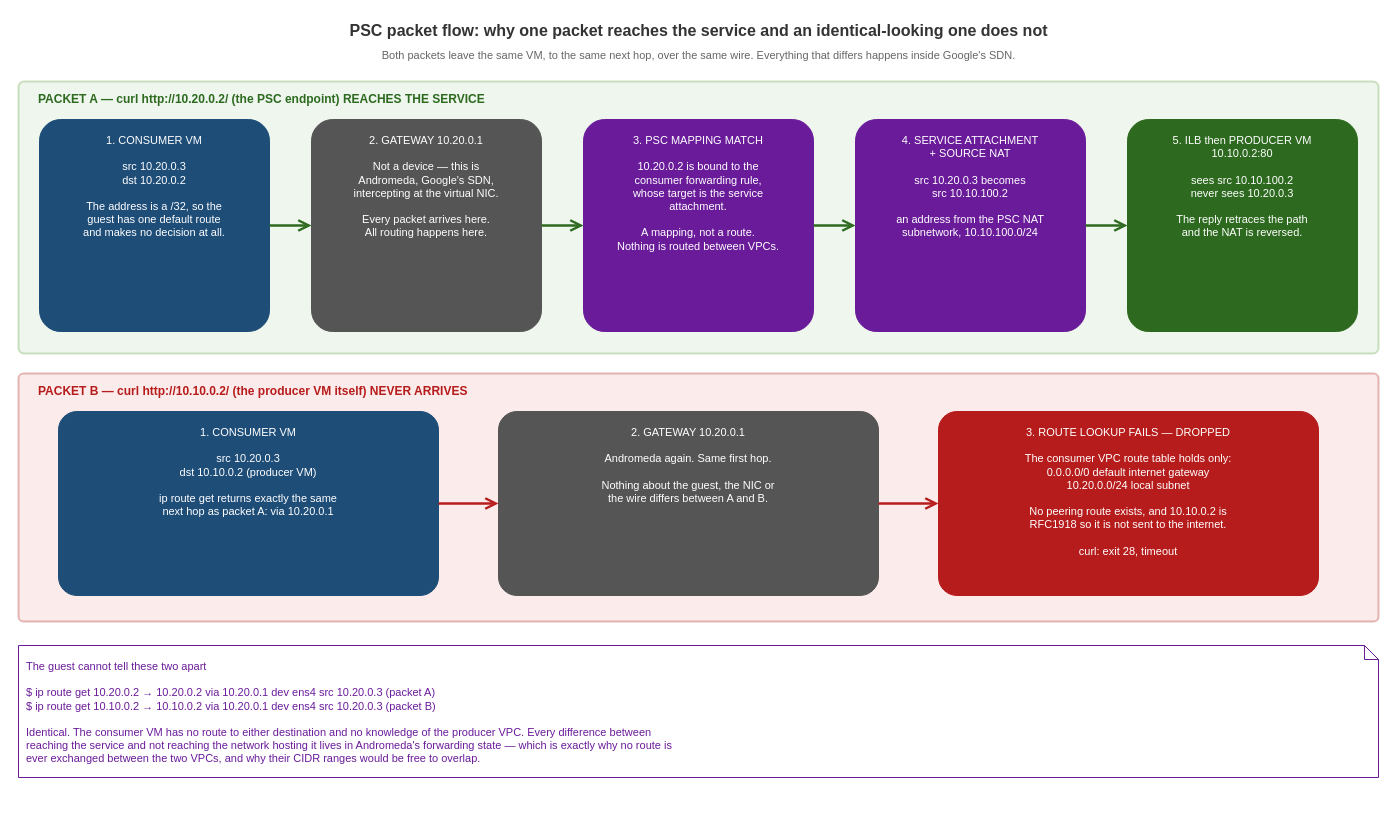
edoatley/tf-public-cloud keeps this draw.io diagram as docs/diagrams/private-service-connect-packet-flow.drawio. Above is the earlier version. Source tidied: cells renumbered, new cells numbered last; positions are measured from the earlier drawing's top-left corner, leaving out a move shared by most shapes. Both pictures are drawn from the tidied source at 100%, with x=0, y=0 at pixel (18, 17).
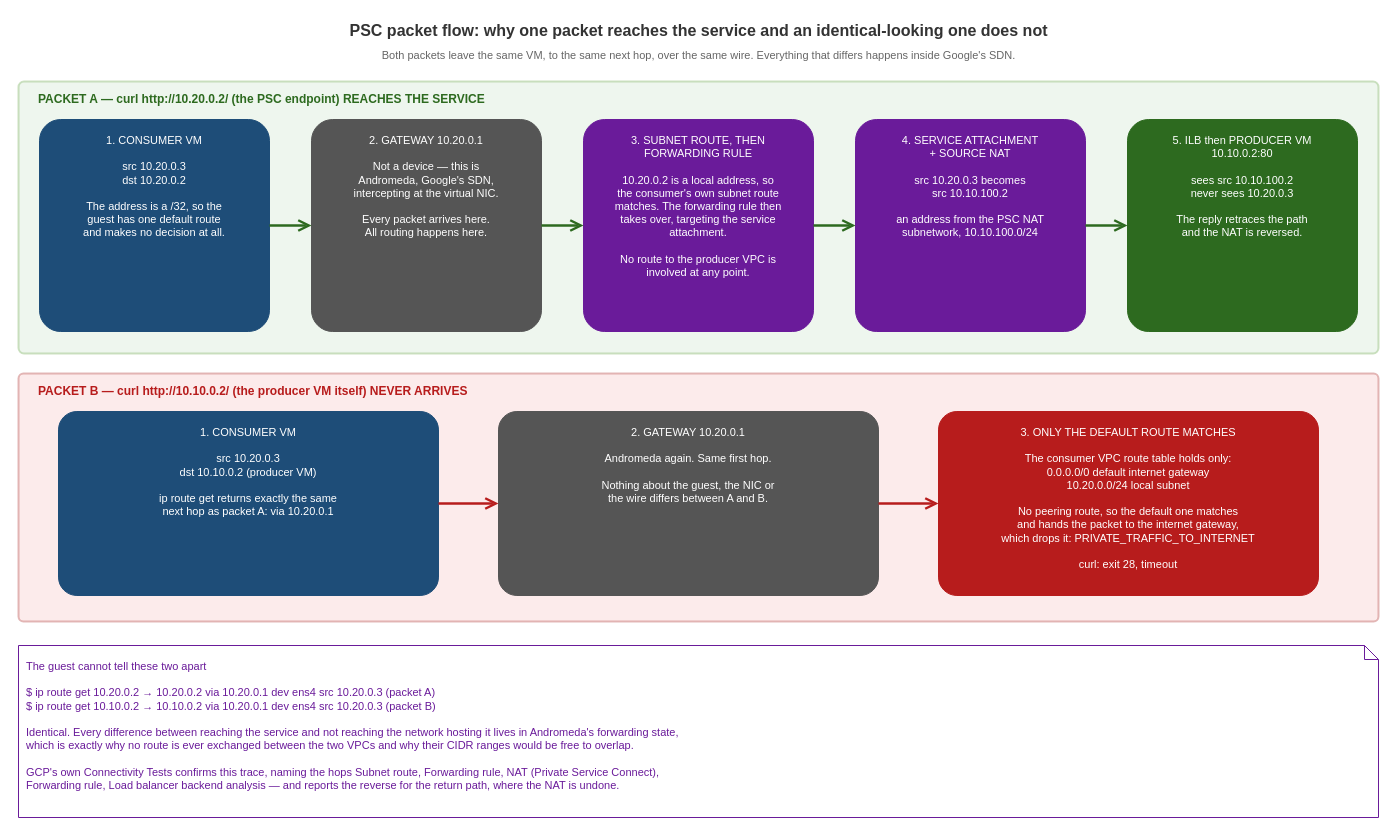
After the change.

Commit message (it also covers changes not shown here):
Add GCP Connectivity Tests evidence and correct the packet-flow trace

The edit, as a diff of the source:
```diff
@@
-    <mxCell id="8" value="3.  PSC MAPPING MATCH&#10;&#10;10.20.0.2 is bound to the&#10;consumer forwarding rule,&#10;whose target is the service&#10;attachment.&#10;&#10;A mapping, not a route.&#10;Nothing is routed between VPCs." style="rounded=1;whiteSpace=wrap;html=1;fillColor=#6a1b9a;strokeColor=#6a1b9a;fontColor=#ffffff;fontSize=11;arcSize=10;verticalAlign=top;spacingTop=8;" parent="1" vertex="1">
+    <mxCell id="8" value="3.  SUBNET ROUTE, THEN&#10;     FORWARDING RULE&#10;&#10;10.20.0.2 is a local address, so&#10;the consumer's own subnet route&#10;matches. The forwarding rule then&#10;takes over, targeting the service&#10;attachment.&#10;&#10;No route to the producer VPC is&#10;involved at any point." style="rounded=1;whiteSpace=wrap;html=1;fillColor=#6a1b9a;strokeColor=#6a1b9a;fontColor=#ffffff;fontSize=11;arcSize=10;verticalAlign=top;spacingTop=8;" parent="1" vertex="1">
       <mxGeometry x="565" y="102" width="230" height="212" as="geometry" />
     </mxCell>
@@
-    <mxCell id="19" value="3.  ROUTE LOOKUP FAILS — DROPPED&#10;&#10;The consumer VPC route table holds only:&#10;    0.0.0.0/0        default internet gateway&#10;    10.20.0.0/24  local subnet&#10;&#10;No peering route exists, and 10.10.0.2 is&#10;RFC1918 so it is not sent to the internet.&#10;&#10;curl: exit 28, timeout" style="rounded=1;whiteSpace=wrap;html=1;fillColor=#b71c1c;strokeColor=#b71c1c;fontColor=#ffffff;fontSize=11;arcSize=10;verticalAlign=top;spacingTop=8;" parent="1" vertex="1">
+    <mxCell id="19" value="3.  ONLY THE DEFAULT ROUTE MATCHES&#10;&#10;The consumer VPC route table holds only:&#10;    0.0.0.0/0        default internet gateway&#10;    10.20.0.0/24  local subnet&#10;&#10;No peering route, so the default one matches&#10;and hands the packet to the internet gateway,&#10;which drops it: PRIVATE_TRAFFIC_TO_INTERNET&#10;&#10;curl: exit 28, timeout" style="rounded=1;whiteSpace=wrap;html=1;fillColor=#b71c1c;strokeColor=#b71c1c;fontColor=#ffffff;fontSize=11;arcSize=10;verticalAlign=top;spacingTop=8;" parent="1" vertex="1">
       <mxGeometry x="920" y="394" width="380" height="184" as="geometry" />
     </mxCell>
@@
-    <mxCell id="22" value="The guest cannot tell these two apart&#10;&#10;    $ ip route get 10.20.0.2   →   10.20.0.2 via 10.20.0.1 dev ens4 src 10.20.0.3      (packet A)&#10;    $ ip route get 10.10.0.2   →   10.10.0.2 via 10.20.0.1 dev ens4 src 10.20.0.3      (packet B)&#10;&#10;Identical. The consumer VM has no route to either destination and no knowledge of the producer VPC. Every difference between&#10;reaching the service and not reaching the network hosting it lives in Andromeda's forwarding state — which is exactly why no route is&#10;ever exchanged between the two VPCs, and why their CIDR ranges would be free to overlap." style="shape=note;whiteSpace=wrap;html=1;backgroundOutline=1;size=14;fillColor=#ffffff;strokeColor=#6a1b9a;fontSize=11;align=left;fontColor=#6a1b9a;verticalAlign=top;spacingTop=8;spacingLeft=6;" parent="1" vertex="1">
-      <mxGeometry y="628" width="1360" height="132" as="geometry" />
+    <mxCell id="22" value="The guest cannot tell these two apart&#10;&#10;    $ ip route get 10.20.0.2   →   10.20.0.2 via 10.20.0.1 dev ens4 src 10.20.0.3      (packet A)&#10;    $ ip route get 10.10.0.2   →   10.10.0.2 via 10.20.0.1 dev ens4 src 10.20.0.3      (packet B)&#10;&#10;Identical. Every difference between reaching the service and not reaching the network hosting it lives in Andromeda's forwarding state,&#10;which is exactly why no route is ever exchanged between the two VPCs and why their CIDR ranges would be free to overlap.&#10;&#10;GCP's own Connectivity Tests confirms this trace, naming the hops Subnet route, Forwarding rule, NAT (Private Service Connect),&#10;Forwarding rule, Load balancer backend analysis — and reports the reverse for the return path, where the NAT is undone." style="shape=note;whiteSpace=wrap;html=1;backgroundOutline=1;size=14;fillColor=#ffffff;strokeColor=#6a1b9a;fontSize=11;align=left;fontColor=#6a1b9a;verticalAlign=top;spacingTop=8;spacingLeft=6;" parent="1" vertex="1">
+      <mxGeometry y="628" width="1360" height="172" as="geometry" />
     </mxCell>
```
